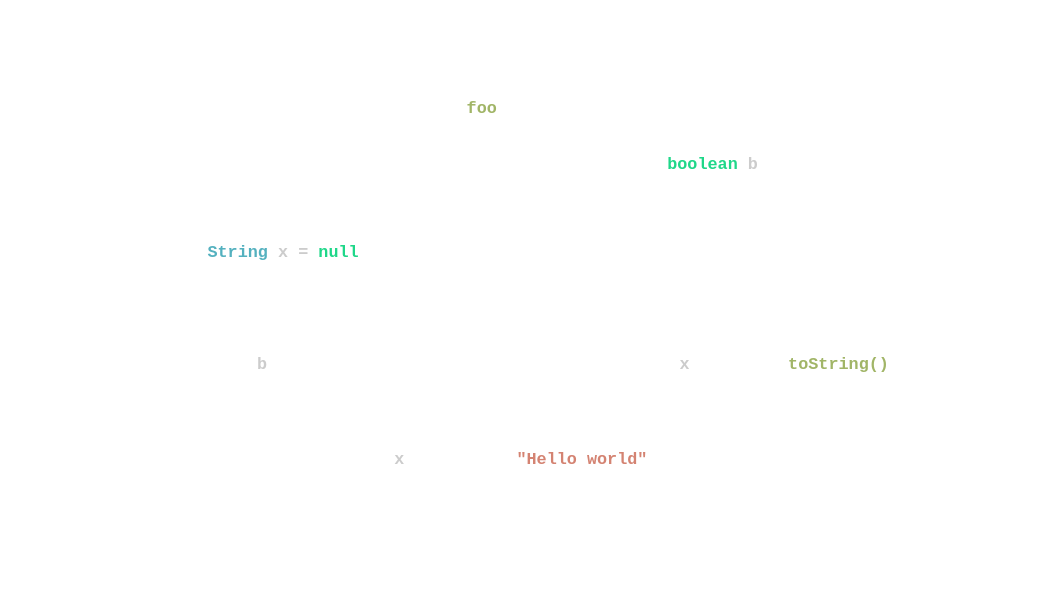
Above: ECOOP2022/ecoop2022/imgs/AST1.svg in IdrissRio/presentations (draw.io), before the change. Source tidied: cells renumbered, new cells last; positions are measured from the earlier drawing's top-left corner, leaving out a move shared by most shapes.
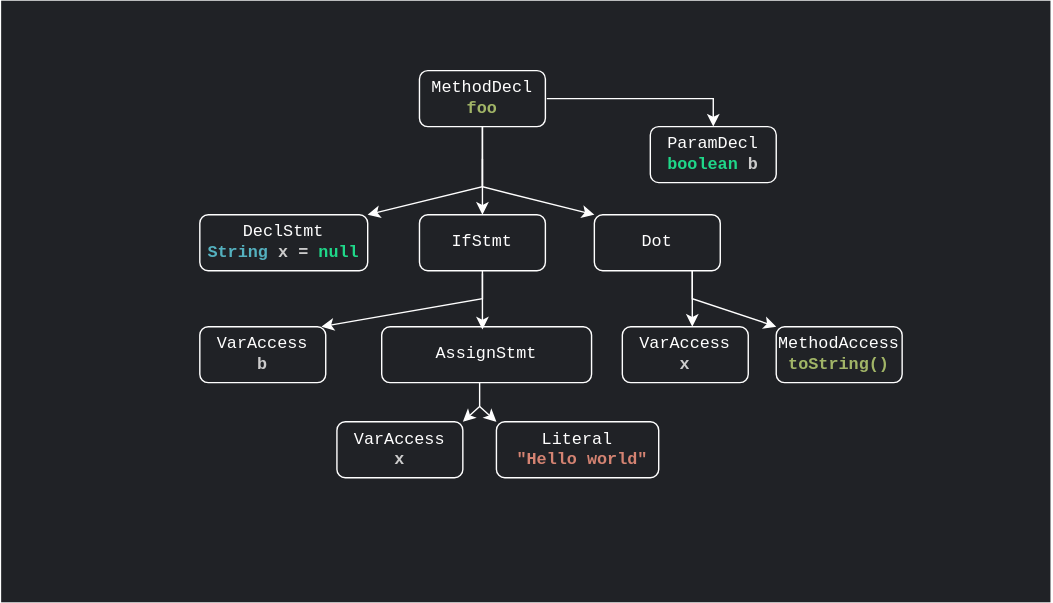
After the commit.

Diff of the diagram source:
```diff
@@ -2,7 +2,7 @@
   <root>
     <mxCell id="0" />
     <mxCell id="1" parent="0" />
-    <mxCell id="2" style="rounded=0;whiteSpace=wrap;html=1;fontFamily=Courier New;fontColor=#FFFFFF;strokeColor=none;fillColor=none;" parent="1" vertex="1">
+    <mxCell id="2" style="rounded=0;whiteSpace=wrap;html=1;fontFamily=Courier New;fontColor=#FFFFFF;strokeColor=none;fillColor=#202226;labelBackgroundColor=#3399FF;" parent="1" vertex="1">
       <mxGeometry width="750" height="430" as="geometry" />
     </mxCell>
     <mxCell id="3" value="&lt;font color=&quot;#ffffff&quot;&gt;MethodDecl&lt;br&gt;&lt;/font&gt;&lt;font color=&quot;#a1b567&quot;&gt;&lt;b&gt;foo&lt;/b&gt;&lt;/font&gt;" style="rounded=1;whiteSpace=wrap;html=1;fontFamily=Courier New;strokeColor=#FFFFFF;fillColor=none;" parent="1" vertex="1">
```
